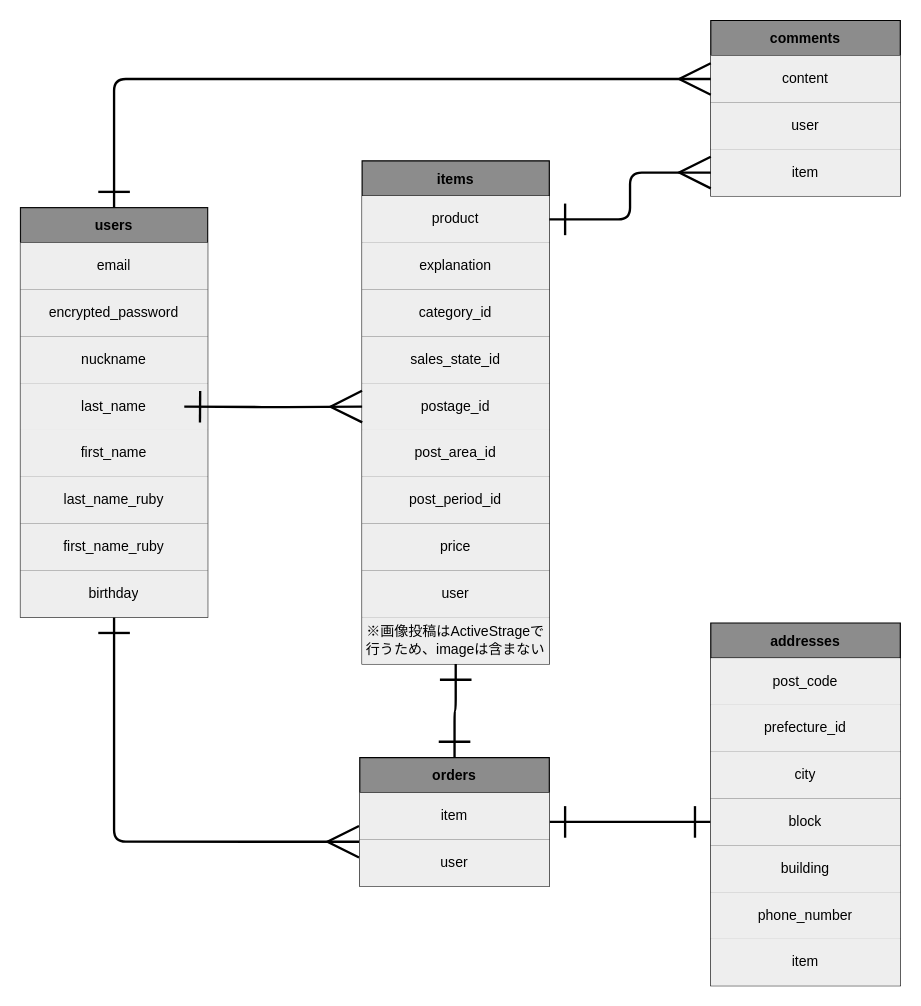
This is furima-37653-ER.dio from yamachan32/furima-37653, a draw.io file, before an edit. Source tidied: cells renumbered, new cells numbered last; positions are measured from the earlier drawing's top-left corner, leaving out a move shared by most shapes. Both pictures are drawn from the tidied source at 117%, with x=0, y=0 at pixel (20, 20).
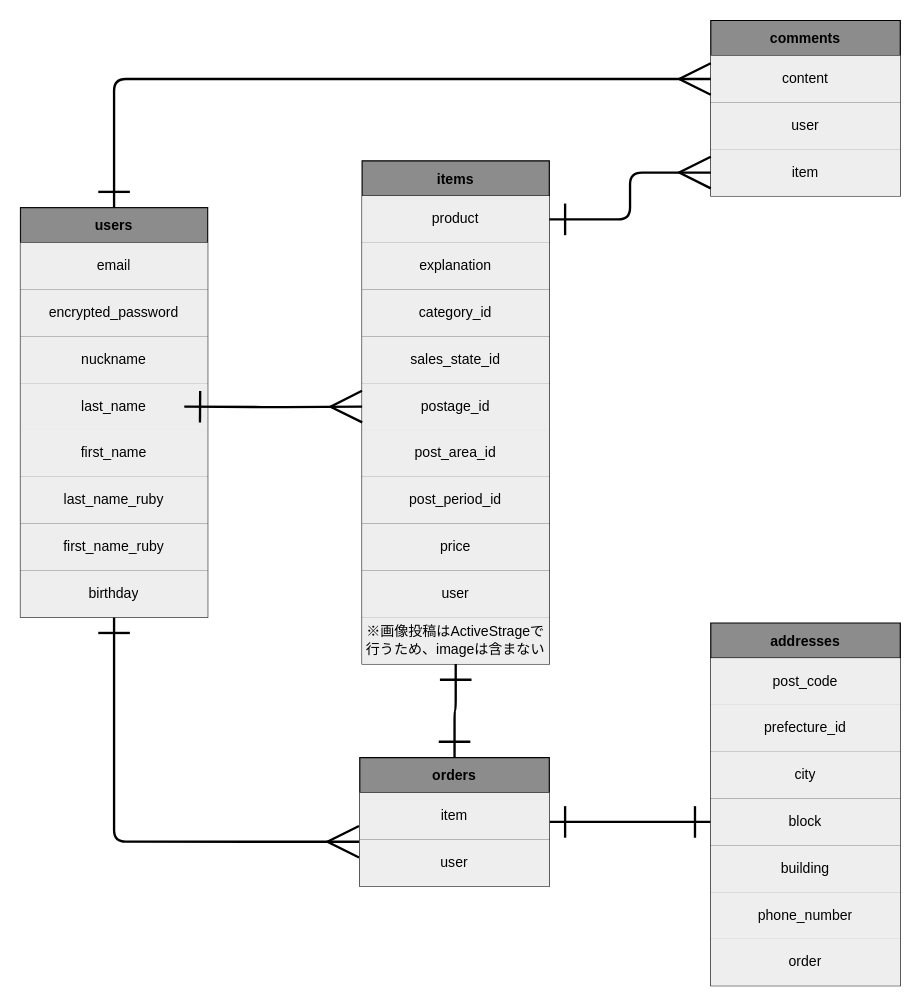
The same page after the edit.

Commit message:
Issue3データベース設計

- ER図の修正

The change refers to these unchanged cells:
```xml
<mxCell id="73" style="shape=partialRectangle;html=1;whiteSpace=wrap;fillColor=none;top=0;left=0;bottom=0;right=0;" parent="60" vertex="1">
  <mxGeometry y="270" width="162" height="40" as="geometry" />
</mxCell>
```

The edit, as a diff of the source:
```diff
@@
-    <mxCell id="74" value="item" style="shape=partialRectangle;html=1;whiteSpace=wrap;fillColor=#eeeeee;top=0;left=0;bottom=0;right=0;overflow=hidden;strokeColor=#36393d;fontColor=#000000;" parent="73" vertex="1">
+    <mxCell id="74" value="order" style="shape=partialRectangle;html=1;whiteSpace=wrap;fillColor=#eeeeee;top=0;left=0;bottom=0;right=0;overflow=hidden;strokeColor=#36393d;fontColor=#000000;" parent="73" vertex="1">
       <mxGeometry width="162" height="40" as="geometry" />
     </mxCell>
```
